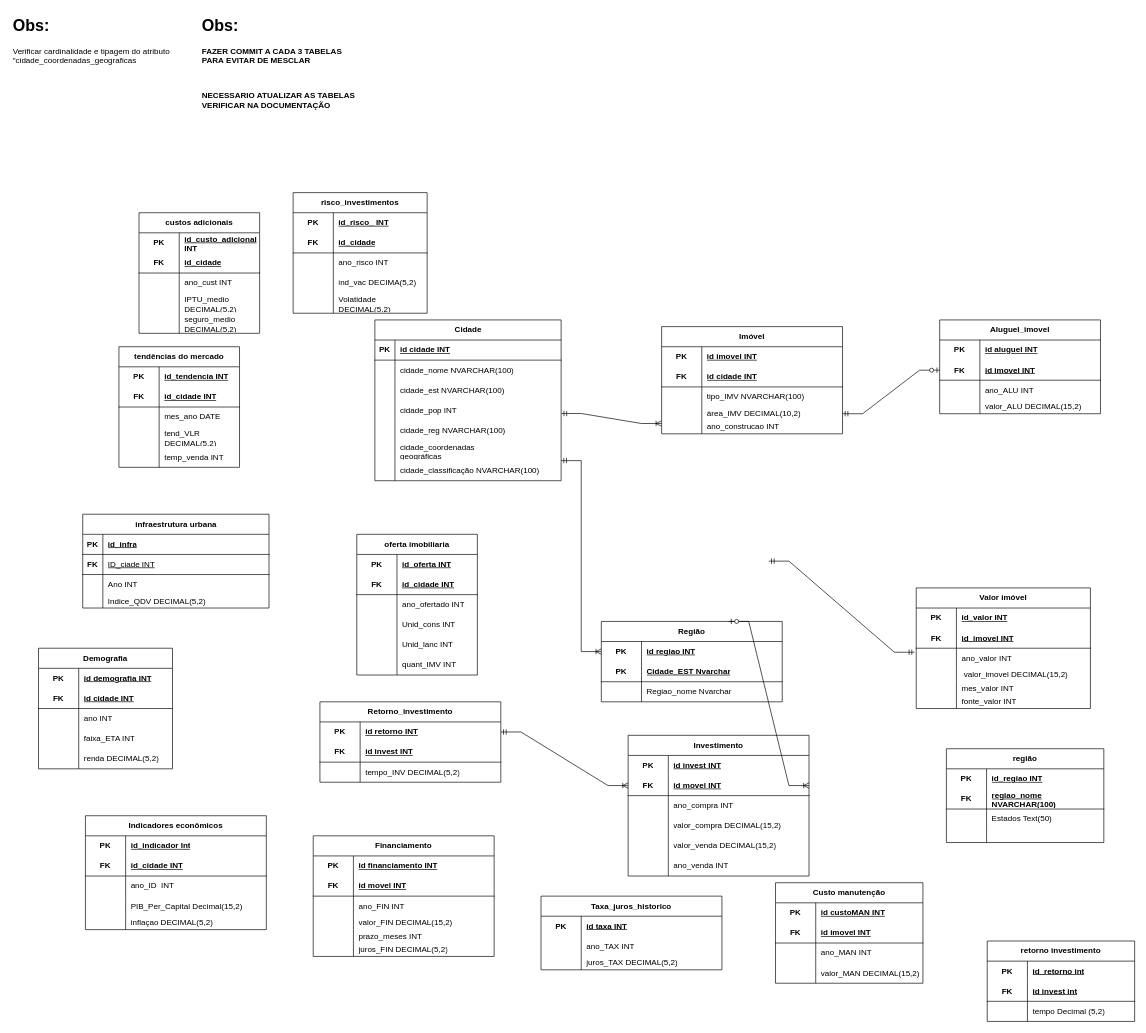
Before: GroupBy.drawio in Guilherme22B/Group_by, a draw.io diagram. Source tidied: cells renumbered, new cells numbered last; positions are measured from the earlier drawing's top-left corner, leaving out a move shared by most shapes. Both pictures are drawn from the tidied source at 67%, with x=0, y=0 at pixel (11, 11).
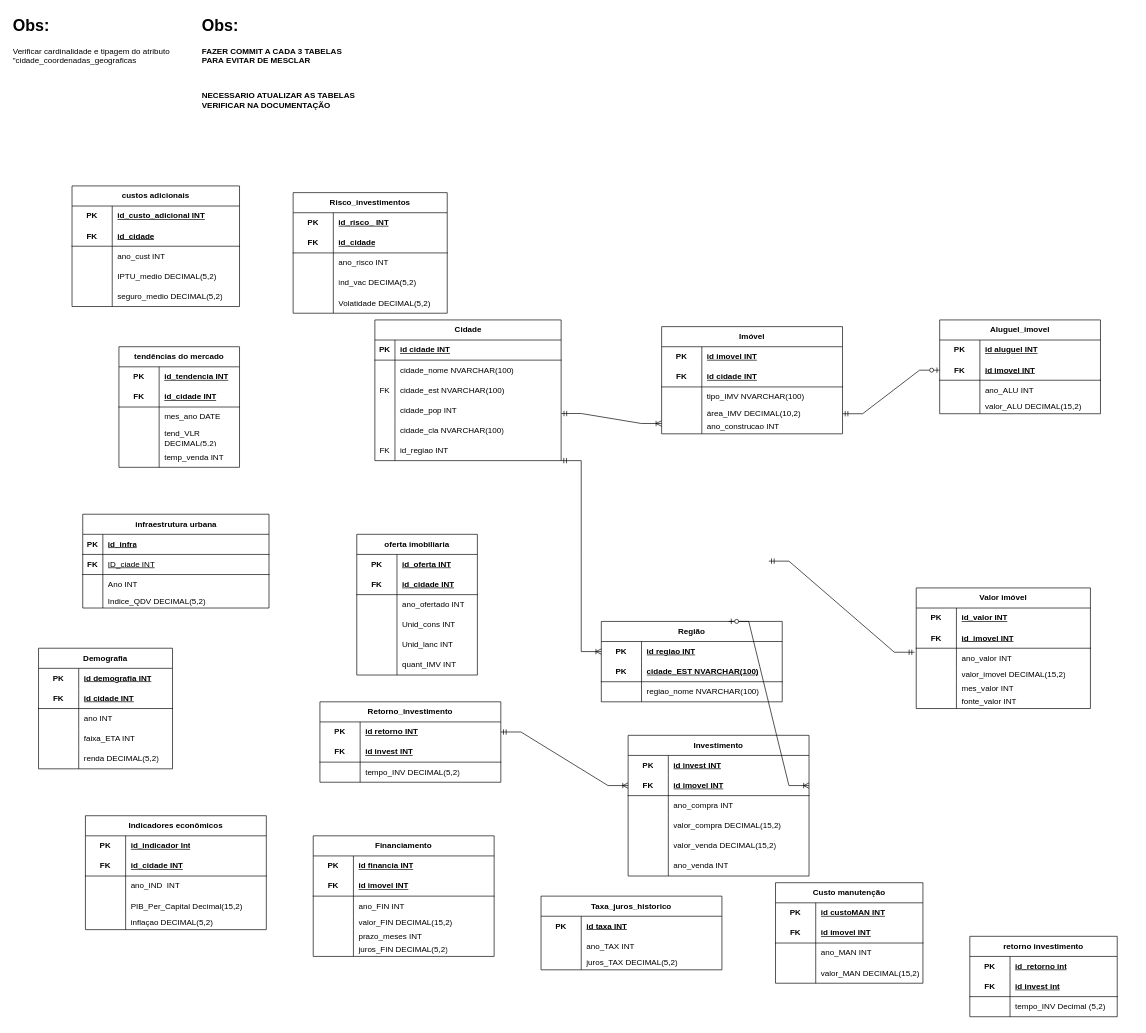
Above is the later version.

Unchanged cells that the change refers to:
```xml
<mxCell id="30" style="shape=tableRow;horizontal=0;startSize=0;swimlaneHead=0;swimlaneBody=0;fillColor=none;top=0;left=0;right=0;bottom=0;html=1;" parent="20" vertex="1">
  <mxGeometry y="120" width="260" height="20" as="geometry" />
</mxCell>
<mxCell id="46" style="shape=tableRow;horizontal=0;startSize=0;swimlaneHead=0;swimlaneBody=0;fillColor=none;top=0;left=0;right=0;bottom=0;" parent="39" vertex="1">
  <mxGeometry y="90" width="278" height="30" as="geometry" />
</mxCell>
<mxCell id="52" style="shape=tableRow;horizontal=0;startSize=0;swimlaneHead=0;swimlaneBody=0;fillColor=none;top=0;left=0;right=0;bottom=0;" parent="39" vertex="1">
  <mxGeometry y="150" width="278" height="30" as="geometry" />
</mxCell>
<mxCell id="55" style="shape=tableRow;horizontal=0;startSize=0;swimlaneHead=0;swimlaneBody=0;fillColor=none;top=0;left=0;right=0;bottom=0;" parent="39" vertex="1">
  <mxGeometry y="180" width="278" height="30" as="geometry" />
</mxCell>
<mxCell id="78" style="shape=tableRow;horizontal=0;startSize=0;swimlaneHead=0;swimlaneBody=0;fillColor=none;points=[[0,0.5],[1,0.5]];portConstraint=eastwest;top=0;left=0;right=0;bottom=1;html=1;" parent="74" vertex="1">
  <mxGeometry y="60" width="270" height="30" as="geometry" />
</mxCell>
<mxCell id="107" style="shape=tableRow;horizontal=0;startSize=0;swimlaneHead=0;swimlaneBody=0;fillColor=none;top=0;left=0;right=0;bottom=0;html=1;" parent="106" vertex="1">
  <mxGeometry y="30" width="270" height="30" as="geometry" />
</mxCell>
<mxCell id="110" style="shape=tableRow;horizontal=0;startSize=0;swimlaneHead=0;swimlaneBody=0;fillColor=none;top=0;left=0;right=0;bottom=1;html=1;" parent="106" vertex="1">
  <mxGeometry y="60" width="270" height="30" as="geometry" />
</mxCell>
<mxCell id="149" style="shape=tableRow;horizontal=0;startSize=0;swimlaneHead=0;swimlaneBody=0;fillColor=none;top=0;left=0;right=0;bottom=1;html=1;" parent="145" vertex="1">
  <mxGeometry y="60" width="270" height="30" as="geometry" />
</mxCell>
<mxCell id="152" style="shape=tableRow;horizontal=0;startSize=0;swimlaneHead=0;swimlaneBody=0;fillColor=none;top=0;left=0;right=0;bottom=0;html=1;" parent="145" vertex="1">
  <mxGeometry y="90" width="270" height="30" as="geometry" />
</mxCell>
<mxCell id="169" style="shape=tableRow;horizontal=0;startSize=0;swimlaneHead=0;swimlaneBody=0;fillColor=none;top=0;left=0;right=0;bottom=0;html=1;" parent="162" vertex="1">
  <mxGeometry y="90" width="220" height="30" as="geometry" />
</mxCell>
<mxCell id="192" style="shape=tableRow;horizontal=0;startSize=0;swimlaneHead=0;swimlaneBody=0;fillColor=none;top=0;left=0;right=0;bottom=0;html=1;" parent="185" vertex="1">
  <mxGeometry y="90" width="270" height="30" as="geometry" />
</mxCell>
```

Diff of the diagram source:
```diff
@@
-    <mxCell id="32" value="&amp;nbsp;valor_imovel DECIMAL(15,2)" style="shape=partialRectangle;fillColor=none;top=0;left=0;bottom=0;right=0;align=left;spacingLeft=6;overflow=hidden;html=1;whiteSpace=wrap;" parent="30" vertex="1">
+    <mxCell id="32" value="valor_imovel DECIMAL(15,2)" style="shape=partialRectangle;fillColor=none;top=0;left=0;bottom=0;right=0;align=left;spacingLeft=6;overflow=hidden;html=1;whiteSpace=wrap;" parent="30" vertex="1">
       <mxGeometry x="60" width="200" height="20" as="geometry" />
     </mxCell>
@@
     <mxCell id="39" value="Cidade" style="shape=table;startSize=30;childLayout=tableLayout;rowLines=0;fontStyle=1;align=center;html=1;" parent="1" vertex="1">
-      <mxGeometry x="542" y="460" width="278" height="240" as="geometry" />
+      <mxGeometry x="542" y="460" width="278" height="210" as="geometry" />
     </mxCell>
@@
-    <mxCell id="47" style="shape=partialRectangle;fillColor=none;top=0;left=0;bottom=0;right=0;overflow=hidden;whiteSpace=wrap;html=1;" parent="46" vertex="1">
+    <mxCell id="47" value="FK" style="shape=partialRectangle;fillColor=none;top=0;left=0;bottom=0;right=0;overflow=hidden;whiteSpace=wrap;html=1;" parent="46" vertex="1">
       <mxGeometry width="30" height="30" as="geometry" />
     </mxCell>
@@
-    <mxCell id="54" value="cidade_reg&amp;nbsp;NVARCHAR(100)" style="shape=partialRectangle;fillColor=none;top=0;left=0;bottom=0;right=0;align=left;spacingLeft=6;overflow=hidden;whiteSpace=wrap;html=1;" parent="52" vertex="1">
+    <mxCell id="54" value="cidade_cla&amp;nbsp;NVARCHAR(100)" style="shape=partialRectangle;fillColor=none;top=0;left=0;bottom=0;right=0;align=left;spacingLeft=6;overflow=hidden;whiteSpace=wrap;html=1;" parent="52" vertex="1">
       <mxGeometry x="30" width="248" height="30" as="geometry" />
     </mxCell>
@@
-    <mxCell id="56" style="shape=partialRectangle;fillColor=none;top=0;left=0;bottom=0;right=0;overflow=hidden;whiteSpace=wrap;html=1;" parent="55" vertex="1">
+    <mxCell id="56" value="FK" style="shape=partialRectangle;fillColor=none;top=0;left=0;bottom=0;right=0;overflow=hidden;whiteSpace=wrap;html=1;" parent="55" vertex="1">
       <mxGeometry width="30" height="30" as="geometry" />
     </mxCell>
-    <mxCell id="57" value="cidade_coordenadas&lt;div&gt;geográficas&amp;nbsp;&lt;/div&gt;" style="shape=partialRectangle;fillColor=none;top=0;left=0;bottom=0;right=0;align=left;spacingLeft=6;overflow=hidden;whiteSpace=wrap;html=1;" parent="55" vertex="1">
+    <mxCell id="57" value="id_regiao INT" style="shape=partialRectangle;fillColor=none;top=0;left=0;bottom=0;right=0;align=left;spacingLeft=6;overflow=hidden;whiteSpace=wrap;html=1;" parent="55" vertex="1">
       <mxGeometry x="30" width="248" height="30" as="geometry" />
     </mxCell>
-    <mxCell id="58" style="shape=tableRow;horizontal=0;startSize=0;swimlaneHead=0;swimlaneBody=0;fillColor=none;top=0;left=0;right=0;bottom=0;" parent="39" vertex="1">
-      <mxGeometry y="210" width="278" height="30" as="geometry" />
-    </mxCell>
-    <mxCell id="59" style="shape=partialRectangle;fillColor=none;top=0;left=0;bottom=0;right=0;overflow=hidden;whiteSpace=wrap;html=1;" parent="58" vertex="1">
-      <mxGeometry width="30" height="30" as="geometry" />
-    </mxCell>
-    <mxCell id="60" value="cidade_classificação NVARCHAR(100)&lt;b&gt;&amp;nbsp;&lt;/b&gt;" style="shape=partialRectangle;fillColor=none;top=0;left=0;bottom=0;right=0;align=left;spacingLeft=6;overflow=hidden;whiteSpace=wrap;html=1;" parent="58" vertex="1">
-      <mxGeometry x="30" width="248" height="30" as="geometry" />
-    </mxCell>
@@
-    <mxCell id="80" value="id movel INT" style="shape=partialRectangle;fillColor=none;top=0;left=0;bottom=0;right=0;align=left;spacingLeft=6;fontStyle=5;overflow=hidden;html=1;whiteSpace=wrap;" parent="78" vertex="1">
+    <mxCell id="80" value="id imovel INT" style="shape=partialRectangle;fillColor=none;top=0;left=0;bottom=0;right=0;align=left;spacingLeft=6;fontStyle=5;overflow=hidden;html=1;whiteSpace=wrap;" parent="78" vertex="1">
       <mxGeometry x="60" width="210" height="30" as="geometry" />
     </mxCell>
@@
-    <mxCell id="109" value="id financiamento INT" style="shape=partialRectangle;fillColor=none;top=0;left=0;bottom=0;right=0;align=left;spacingLeft=6;fontStyle=5;overflow=hidden;html=1;whiteSpace=wrap;" parent="107" vertex="1">
+    <mxCell id="109" value="id financia INT" style="shape=partialRectangle;fillColor=none;top=0;left=0;bottom=0;right=0;align=left;spacingLeft=6;fontStyle=5;overflow=hidden;html=1;whiteSpace=wrap;" parent="107" vertex="1">
       <mxGeometry x="60" width="210" height="30" as="geometry" />
     </mxCell>
@@
-    <mxCell id="112" value="id movel INT" style="shape=partialRectangle;fillColor=none;top=0;left=0;bottom=0;right=0;align=left;spacingLeft=6;fontStyle=5;overflow=hidden;html=1;whiteSpace=wrap;" parent="110" vertex="1">
+    <mxCell id="112" value="id imovel INT" style="shape=partialRectangle;fillColor=none;top=0;left=0;bottom=0;right=0;align=left;spacingLeft=6;fontStyle=5;overflow=hidden;html=1;whiteSpace=wrap;" parent="110" vertex="1">
       <mxGeometry x="60" width="210" height="30" as="geometry" />
     </mxCell>
@@
-    <mxCell id="151" value="Cidade_EST Nvarchar" style="shape=partialRectangle;fillColor=none;top=0;left=0;bottom=0;right=0;align=left;spacingLeft=6;fontStyle=5;overflow=hidden;html=1;whiteSpace=wrap;" parent="149" vertex="1">
+    <mxCell id="151" value="cidade_EST NVARCHAR(100)" style="shape=partialRectangle;fillColor=none;top=0;left=0;bottom=0;right=0;align=left;spacingLeft=6;fontStyle=5;overflow=hidden;html=1;whiteSpace=wrap;" parent="149" vertex="1">
       <mxGeometry x="60" width="210" height="30" as="geometry" />
     </mxCell>
@@
-    <mxCell id="154" value="Regiao_nome Nvarchar" style="shape=partialRectangle;fillColor=none;top=0;left=0;bottom=0;right=0;align=left;spacingLeft=6;overflow=hidden;html=1;whiteSpace=wrap;" parent="152" vertex="1">
+    <mxCell id="154" value="regiao_nome NVARCHAR(100)" style="shape=partialRectangle;fillColor=none;top=0;left=0;bottom=0;right=0;align=left;spacingLeft=6;overflow=hidden;html=1;whiteSpace=wrap;" parent="152" vertex="1">
       <mxGeometry x="60" width="210" height="30" as="geometry" />
     </mxCell>
@@
     <mxCell id="161" style="edgeStyle=entityRelationEdgeStyle;fontSize=12;html=1;endArrow=ERoneToMany;startArrow=ERzeroToOne;rounded=0;entryX=1;entryY=0.5;entryDx=0;entryDy=0;" parent="1" edge="1" target="78">
       <mxGeometry relative="1" as="geometry">
         <mxPoint x="1070" y="910" as="sourcePoint" />
+        <Array as="points">
+          <mxPoint x="1240" y="920" />
+          <mxPoint x="1240" y="930" />
+          <mxPoint x="1220" y="1000" />
+        </Array>
       </mxGeometry>
     </mxCell>
     <mxCell id="162" value="retorno investimento" style="shape=table;startSize=30;childLayout=tableLayout;rowLines=0;fontStyle=1;align=center;html=1;whiteSpace=wrap;" parent="1" vertex="1">
-      <mxGeometry x="1456" y="1387" width="220" height="120" as="geometry" />
+      <mxGeometry x="1430" y="1380" width="220" height="120" as="geometry" />
     </mxCell>
@@
-    <mxCell id="171" value="tempo Decimal (5,2)" style="shape=partialRectangle;fillColor=none;top=0;left=0;bottom=0;right=0;align=left;spacingLeft=6;overflow=hidden;html=1;whiteSpace=wrap;" parent="169" vertex="1">
+    <mxCell id="171" value="tempo_INV Decimal (5,2)" style="shape=partialRectangle;fillColor=none;top=0;left=0;bottom=0;right=0;align=left;spacingLeft=6;overflow=hidden;html=1;whiteSpace=wrap;" parent="169" vertex="1">
       <mxGeometry x="60" width="160" height="30" as="geometry" />
     </mxCell>
-    <mxCell id="172" value="região" style="shape=table;startSize=30;childLayout=tableLayout;rowLines=0;fontStyle=1;align=center;html=1;whiteSpace=wrap;" parent="1" vertex="1">
-      <mxGeometry x="1395" y="1100" width="235" height="140" as="geometry" />
-    </mxCell>
-    <mxCell id="173" style="shape=tableRow;horizontal=0;startSize=0;swimlaneHead=0;swimlaneBody=0;fillColor=none;top=0;left=0;right=0;bottom=0;html=1;" parent="172" vertex="1">
-      <mxGeometry y="30" width="235" height="30" as="geometry" />
-    </mxCell>
-    <mxCell id="174" value="PK" style="shape=partialRectangle;fillColor=none;top=0;left=0;bottom=0;right=0;fontStyle=1;overflow=hidden;html=1;whiteSpace=wrap;" parent="173" vertex="1">
-      <mxGeometry width="60" height="30" as="geometry" />
-    </mxCell>
-    <mxCell id="175" value="id_regiao INT" style="shape=partialRectangle;fillColor=none;top=0;left=0;bottom=0;right=0;align=left;spacingLeft=6;fontStyle=5;overflow=hidden;html=1;whiteSpace=wrap;" parent="173" vertex="1">
-      <mxGeometry x="60" width="175" height="30" as="geometry" />
-    </mxCell>
-    <mxCell id="176" style="shape=tableRow;horizontal=0;startSize=0;swimlaneHead=0;swimlaneBody=0;fillColor=none;top=0;left=0;right=0;bottom=1;html=1;" parent="172" vertex="1">
-      <mxGeometry y="60" width="235" height="30" as="geometry" />
-    </mxCell>
-    <mxCell id="177" value="FK" style="shape=partialRectangle;fillColor=none;top=0;left=0;bottom=0;right=0;fontStyle=1;overflow=hidden;html=1;whiteSpace=wrap;" parent="176" vertex="1">
-      <mxGeometry width="60" height="30" as="geometry" />
-    </mxCell>
-    <mxCell id="178" value="regiao_nome NVARCHAR(100)" style="shape=partialRectangle;fillColor=none;top=0;left=0;bottom=0;right=0;align=left;spacingLeft=6;fontStyle=5;overflow=hidden;html=1;whiteSpace=wrap;" parent="176" vertex="1">
-      <mxGeometry x="60" width="175" height="30" as="geometry" />
-    </mxCell>
-    <mxCell id="179" style="shape=tableRow;horizontal=0;startSize=0;swimlaneHead=0;swimlaneBody=0;fillColor=none;top=0;left=0;right=0;bottom=0;html=1;" parent="172" vertex="1">
-      <mxGeometry y="90" width="235" height="30" as="geometry" />
-    </mxCell>
-    <mxCell id="180" style="shape=partialRectangle;fillColor=none;top=0;left=0;bottom=0;right=0;overflow=hidden;html=1;whiteSpace=wrap;" parent="179" vertex="1">
-      <mxGeometry width="60" height="30" as="geometry" />
-    </mxCell>
-    <mxCell id="181" value="Estados Text(50)" style="shape=partialRectangle;fillColor=none;top=0;left=0;bottom=0;right=0;align=left;spacingLeft=6;overflow=hidden;html=1;whiteSpace=wrap;" parent="179" vertex="1">
-      <mxGeometry x="60" width="175" height="30" as="geometry" />
-    </mxCell>
-    <mxCell id="182" style="shape=tableRow;horizontal=0;startSize=0;swimlaneHead=0;swimlaneBody=0;fillColor=none;top=0;left=0;right=0;bottom=0;html=1;" parent="172" vertex="1">
-      <mxGeometry y="120" width="235" height="20" as="geometry" />
-    </mxCell>
-    <mxCell id="183" style="shape=partialRectangle;fillColor=none;top=0;left=0;bottom=0;right=0;overflow=hidden;html=1;whiteSpace=wrap;" parent="182" vertex="1">
-      <mxGeometry width="60" height="20" as="geometry" />
-    </mxCell>
-    <mxCell id="184" style="shape=partialRectangle;fillColor=none;top=0;left=0;bottom=0;right=0;align=left;spacingLeft=6;overflow=hidden;html=1;whiteSpace=wrap;" parent="182" vertex="1">
-      <mxGeometry x="60" width="175" height="20" as="geometry" />
-    </mxCell>
@@
-    <mxCell id="194" value="ano_ID&amp;nbsp; INT" style="shape=partialRectangle;fillColor=none;top=0;left=0;bottom=0;right=0;align=left;spacingLeft=6;overflow=hidden;html=1;whiteSpace=wrap;" parent="192" vertex="1">
+    <mxCell id="194" value="ano_IND&amp;nbsp; INT" style="shape=partialRectangle;fillColor=none;top=0;left=0;bottom=0;right=0;align=left;spacingLeft=6;overflow=hidden;html=1;whiteSpace=wrap;" parent="192" vertex="1">
       <mxGeometry x="60" width="210" height="30" as="geometry" />
     </mxCell>
@@
     <mxCell id="249" value="custos adicionais" style="shape=table;startSize=30;childLayout=tableLayout;rowLines=0;fontStyle=1;align=center;html=1;whiteSpace=wrap;" parent="1" vertex="1">
-      <mxGeometry x="190" y="300" width="180" height="180" as="geometry" />
+      <mxGeometry x="90" y="260" width="250" height="180" as="geometry" />
     </mxCell>
     <mxCell id="250" style="shape=tableRow;horizontal=0;startSize=0;swimlaneHead=0;swimlaneBody=0;fillColor=none;top=0;left=0;right=0;bottom=0;html=1;" parent="249" vertex="1">
-      <mxGeometry y="30" width="180" height="30" as="geometry" />
+      <mxGeometry y="30" width="250" height="30" as="geometry" />
     </mxCell>
@@
     <mxCell id="252" value="id_custo_adicional INT" style="shape=partialRectangle;fillColor=none;top=0;left=0;bottom=0;right=0;align=left;spacingLeft=6;fontStyle=5;overflow=hidden;html=1;whiteSpace=wrap;" parent="250" vertex="1">
-      <mxGeometry x="60" width="120" height="30" as="geometry" />
+      <mxGeometry x="60" width="190" height="30" as="geometry" />
     </mxCell>
     <mxCell id="253" style="shape=tableRow;horizontal=0;startSize=0;swimlaneHead=0;swimlaneBody=0;fillColor=none;top=0;left=0;right=0;bottom=1;html=1;" parent="249" vertex="1">
-      <mxGeometry y="60" width="180" height="30" as="geometry" />
+      <mxGeometry y="60" width="250" height="30" as="geometry" />
     </mxCell>
@@
     <mxCell id="255" value="id_cidade" style="shape=partialRectangle;fillColor=none;top=0;left=0;bottom=0;right=0;align=left;spacingLeft=6;fontStyle=5;overflow=hidden;html=1;whiteSpace=wrap;" parent="253" vertex="1">
-      <mxGeometry x="60" width="120" height="30" as="geometry" />
+      <mxGeometry x="60" width="190" height="30" as="geometry" />
     </mxCell>
     <mxCell id="256" style="shape=tableRow;horizontal=0;startSize=0;swimlaneHead=0;swimlaneBody=0;fillColor=none;top=0;left=0;right=0;bottom=0;html=1;" parent="249" vertex="1">
-      <mxGeometry y="90" width="180" height="30" as="geometry" />
+      <mxGeometry y="90" width="250" height="30" as="geometry" />
     </mxCell>
@@
     <mxCell id="258" value="ano_cust INT" style="shape=partialRectangle;fillColor=none;top=0;left=0;bottom=0;right=0;align=left;spacingLeft=6;overflow=hidden;html=1;whiteSpace=wrap;" parent="256" vertex="1">
-      <mxGeometry x="60" width="120" height="30" as="geometry" />
+      <mxGeometry x="60" width="190" height="30" as="geometry" />
     </mxCell>
     <mxCell id="259" style="shape=tableRow;horizontal=0;startSize=0;swimlaneHead=0;swimlaneBody=0;fillColor=none;top=0;left=0;right=0;bottom=0;html=1;" parent="249" vertex="1">
-      <mxGeometry y="120" width="180" height="30" as="geometry" />
+      <mxGeometry y="120" width="250" height="30" as="geometry" />
     </mxCell>
@@
     <mxCell id="261" value="IPTU_medio DECIMAL(5,2)" style="shape=partialRectangle;fillColor=none;top=0;left=0;bottom=0;right=0;align=left;spacingLeft=6;overflow=hidden;html=1;whiteSpace=wrap;" parent="259" vertex="1">
-      <mxGeometry x="60" width="120" height="30" as="geometry" />
+      <mxGeometry x="60" width="190" height="30" as="geometry" />
     </mxCell>
     <mxCell id="262" style="shape=tableRow;horizontal=0;startSize=0;swimlaneHead=0;swimlaneBody=0;fillColor=none;top=0;left=0;right=0;bottom=0;html=1;" parent="249" vertex="1">
-      <mxGeometry y="150" width="180" height="30" as="geometry" />
+      <mxGeometry y="150" width="250" height="30" as="geometry" />
     </mxCell>
@@
     <mxCell id="264" value="seguro_medio DECIMAL(5,2)" style="shape=partialRectangle;fillColor=none;top=0;left=0;bottom=0;right=0;align=left;spacingLeft=6;overflow=hidden;html=1;whiteSpace=wrap;" parent="262" vertex="1">
-      <mxGeometry x="60" width="120" height="30" as="geometry" />
+      <mxGeometry x="60" width="190" height="30" as="geometry" />
     </mxCell>
-    <mxCell id="265" value="risco_investimentos" style="shape=table;startSize=30;childLayout=tableLayout;rowLines=0;fontStyle=1;align=center;html=1;whiteSpace=wrap;" parent="1" vertex="1">
-      <mxGeometry x="420" y="270" width="200" height="180" as="geometry" />
+    <mxCell id="265" value="Risco_investimentos" style="shape=table;startSize=30;childLayout=tableLayout;rowLines=0;fontStyle=1;align=center;html=1;whiteSpace=wrap;" parent="1" vertex="1">
+      <mxGeometry x="420" y="270" width="230" height="180" as="geometry" />
     </mxCell>
     <mxCell id="266" style="shape=tableRow;horizontal=0;startSize=0;swimlaneHead=0;swimlaneBody=0;fillColor=none;top=0;left=0;right=0;bottom=0;html=1;" parent="265" vertex="1">
-      <mxGeometry y="30" width="200" height="30" as="geometry" />
+      <mxGeometry y="30" width="230" height="30" as="geometry" />
     </mxCell>
@@
     <mxCell id="268" value="id_risco_ INT" style="shape=partialRectangle;fillColor=none;top=0;left=0;bottom=0;right=0;align=left;spacingLeft=6;fontStyle=5;overflow=hidden;html=1;whiteSpace=wrap;" parent="266" vertex="1">
-      <mxGeometry x="60" width="140" height="30" as="geometry" />
+      <mxGeometry x="60" width="170" height="30" as="geometry" />
     </mxCell>
     <mxCell id="269" style="shape=tableRow;horizontal=0;startSize=0;swimlaneHead=0;swimlaneBody=0;fillColor=none;top=0;left=0;right=0;bottom=1;html=1;" parent="265" vertex="1">
-      <mxGeometry y="60" width="200" height="30" as="geometry" />
+      <mxGeometry y="60" width="230" height="30" as="geometry" />
     </mxCell>
@@
     <mxCell id="271" value="id_cidade" style="shape=partialRectangle;fillColor=none;top=0;left=0;bottom=0;right=0;align=left;spacingLeft=6;fontStyle=5;overflow=hidden;html=1;whiteSpace=wrap;" parent="269" vertex="1">
-      <mxGeometry x="60" width="140" height="30" as="geometry" />
+      <mxGeometry x="60" width="170" height="30" as="geometry" />
     </mxCell>
     <mxCell id="272" style="shape=tableRow;horizontal=0;startSize=0;swimlaneHead=0;swimlaneBody=0;fillColor=none;top=0;left=0;right=0;bottom=0;html=1;" parent="265" vertex="1">
-      <mxGeometry y="90" width="200" height="30" as="geometry" />
+      <mxGeometry y="90" width="230" height="30" as="geometry" />
     </mxCell>
@@
     <mxCell id="274" value="ano_risco INT" style="shape=partialRectangle;fillColor=none;top=0;left=0;bottom=0;right=0;align=left;spacingLeft=6;overflow=hidden;html=1;whiteSpace=wrap;" parent="272" vertex="1">
-      <mxGeometry x="60" width="140" height="30" as="geometry" />
+      <mxGeometry x="60" width="170" height="30" as="geometry" />
     </mxCell>
     <mxCell id="275" style="shape=tableRow;horizontal=0;startSize=0;swimlaneHead=0;swimlaneBody=0;fillColor=none;top=0;left=0;right=0;bottom=0;html=1;" parent="265" vertex="1">
-      <mxGeometry y="120" width="200" height="30" as="geometry" />
+      <mxGeometry y="120" width="230" height="30" as="geometry" />
     </mxCell>
@@
     <mxCell id="277" value="ind_vac DECIMA(5,2)" style="shape=partialRectangle;fillColor=none;top=0;left=0;bottom=0;right=0;align=left;spacingLeft=6;overflow=hidden;html=1;whiteSpace=wrap;" parent="275" vertex="1">
-      <mxGeometry x="60" width="140" height="30" as="geometry" />
+      <mxGeometry x="60" width="170" height="30" as="geometry" />
     </mxCell>
     <mxCell id="278" style="shape=tableRow;horizontal=0;startSize=0;swimlaneHead=0;swimlaneBody=0;fillColor=none;top=0;left=0;right=0;bottom=0;html=1;" parent="265" vertex="1">
-      <mxGeometry y="150" width="200" height="30" as="geometry" />
+      <mxGeometry y="150" width="230" height="30" as="geometry" />
     </mxCell>
@@
     <mxCell id="280" value="Volatidade DECIMAL(5,2)" style="shape=partialRectangle;fillColor=none;top=0;left=0;bottom=0;right=0;align=left;spacingLeft=6;overflow=hidden;html=1;whiteSpace=wrap;" parent="278" vertex="1">
-      <mxGeometry x="60" width="140" height="30" as="geometry" />
+      <mxGeometry x="60" width="170" height="30" as="geometry" />
     </mxCell>
```
